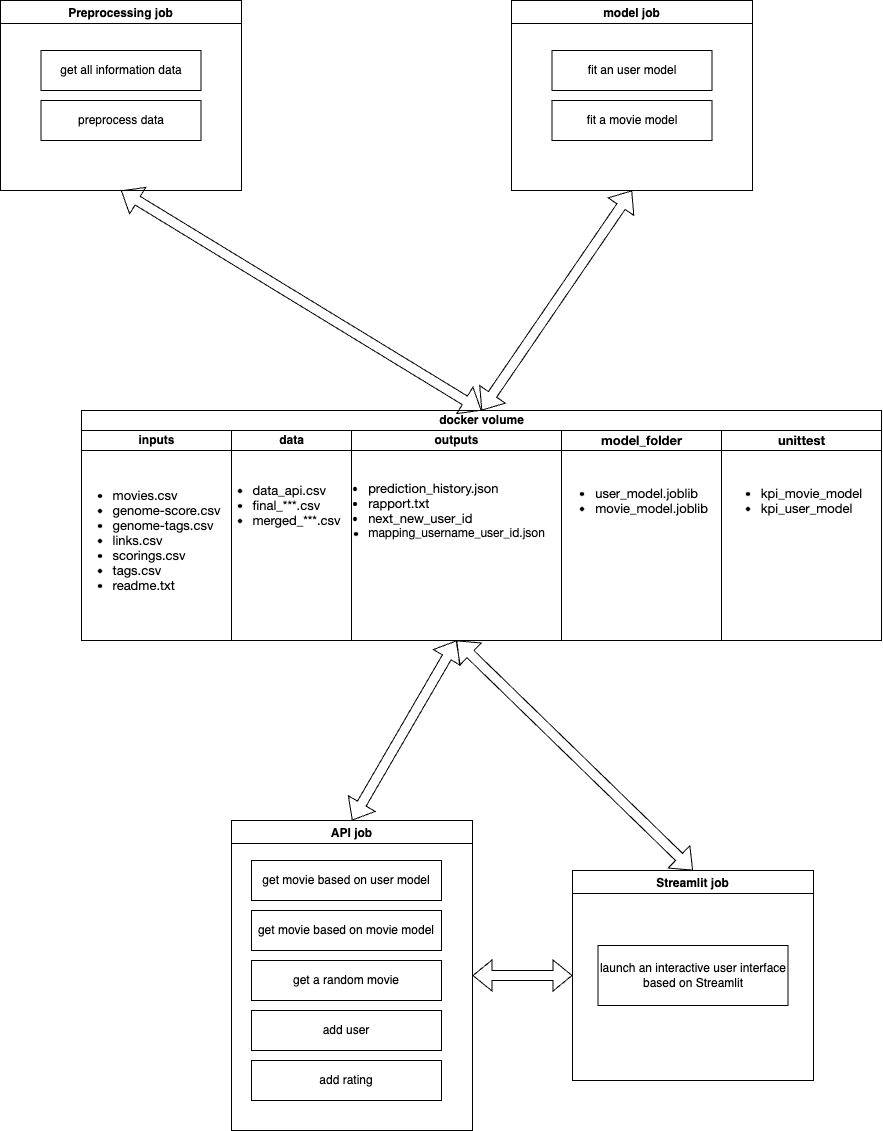
This is Images/reco_diagram.png from mlops-recofilm/recofilm, a draw.io export, as it was before one commit. Source tidied: cells renumbered, new cells last; positions are measured from the earlier drawing's top-left corner, leaving out a move shared by most shapes.
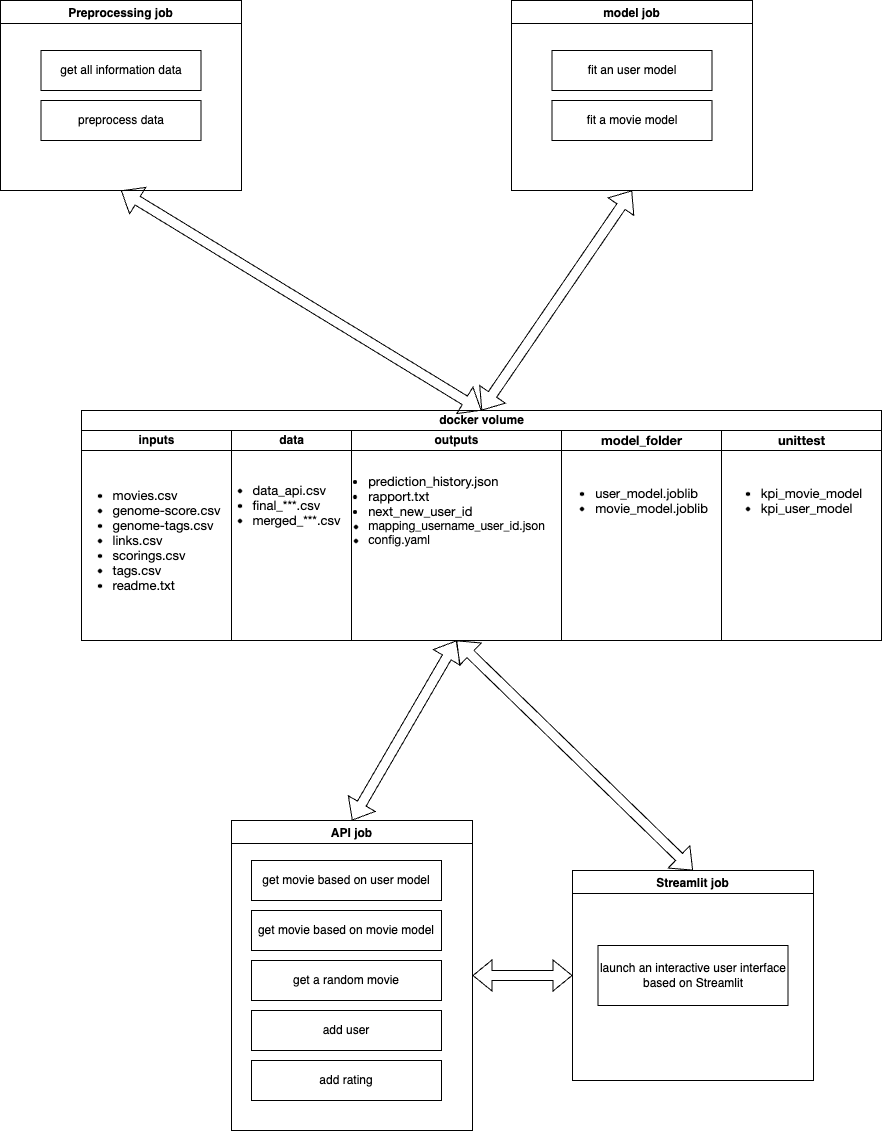
Above is the later version.

Diff of the diagram source:
```diff
@@ -26,8 +26,8 @@
     <mxCell id="9" value="outputs" style="swimlane;startSize=20;html=1;" parent="5" vertex="1">
       <mxGeometry x="270" y="20" width="210" height="210" as="geometry" />
     </mxCell>
-    <mxCell id="10" value="&lt;ul style=&quot;text-align: start;&quot; class=&quot;ul1&quot;&gt;&lt;ul style=&quot;list-style-type: disc;&quot; class=&quot;ul1&quot;&gt;&lt;li style=&quot;font-size: 13px; margin: 0px; font-variant-numeric: normal; font-variant-east-asian: normal; font-variant-alternates: normal; font-kerning: auto; font-optical-sizing: auto; font-feature-settings: normal; font-variation-settings: normal; font-stretch: normal; line-height: normal; font-family: &amp;quot;Helvetica Neue&amp;quot;;&quot; class=&quot;li1&quot;&gt;prediction_history.json&lt;/li&gt;&lt;li style=&quot;font-size: 13px; margin: 0px; font-variant-numeric: normal; font-variant-east-asian: normal; font-variant-alternates: normal; font-kerning: auto; font-optical-sizing: auto; font-feature-settings: normal; font-variation-settings: normal; font-stretch: normal; line-height: normal; font-family: &amp;quot;Helvetica Neue&amp;quot;;&quot; class=&quot;li1&quot;&gt;&lt;span style=&quot;font-variant-numeric: normal; font-variant-east-asian: normal; font-variant-alternates: normal; font-kerning: auto; font-optical-sizing: auto; font-feature-settings: normal; font-variation-settings: normal; font-stretch: normal; font-size: 9px; line-height: normal; font-family: Menlo;&quot; class=&quot;s1&quot;&gt;&lt;/span&gt;rapport.txt&lt;/li&gt;&lt;li style=&quot;font-size: 13px; margin: 0px; font-variant-numeric: normal; font-variant-east-asian: normal; font-variant-alternates: normal; font-kerning: auto; font-optical-sizing: auto; font-feature-settings: normal; font-variation-settings: normal; font-stretch: normal; line-height: normal; font-family: &amp;quot;Helvetica Neue&amp;quot;;&quot; class=&quot;li1&quot;&gt;next_new_user_id&lt;/li&gt;&lt;li style=&quot;margin: 0px; font-variant-numeric: normal; font-variant-east-asian: normal; font-variant-alternates: normal; font-kerning: auto; font-optical-sizing: auto; font-feature-settings: normal; font-variation-settings: normal; font-stretch: normal; line-height: normal;&quot; class=&quot;li1&quot;&gt;&lt;font face=&quot;Helvetica Neue&quot;&gt;mapping_username_user_id.json&lt;/font&gt;&lt;br&gt;&lt;/li&gt;&lt;/ul&gt;&lt;/ul&gt;" style="text;html=1;align=center;verticalAlign=middle;strokeColor=none;fillColor=none;" parent="9" vertex="1">
-      <mxGeometry x="-75" y="30" width="280" height="100" as="geometry" />
+    <mxCell id="10" value="&lt;ul style=&quot;text-align: start;&quot; class=&quot;ul1&quot;&gt;&lt;ul style=&quot;list-style-type: disc;&quot; class=&quot;ul1&quot;&gt;&lt;li style=&quot;font-size: 13px; margin: 0px; font-variant-numeric: normal; font-variant-east-asian: normal; font-variant-alternates: normal; font-kerning: auto; font-optical-sizing: auto; font-feature-settings: normal; font-variation-settings: normal; font-stretch: normal; line-height: normal; font-family: &amp;quot;Helvetica Neue&amp;quot;;&quot; class=&quot;li1&quot;&gt;prediction_history.json&lt;/li&gt;&lt;li style=&quot;font-size: 13px; margin: 0px; font-variant-numeric: normal; font-variant-east-asian: normal; font-variant-alternates: normal; font-kerning: auto; font-optical-sizing: auto; font-feature-settings: normal; font-variation-settings: normal; font-stretch: normal; line-height: normal; font-family: &amp;quot;Helvetica Neue&amp;quot;;&quot; class=&quot;li1&quot;&gt;&lt;span style=&quot;font-variant-numeric: normal; font-variant-east-asian: normal; font-variant-alternates: normal; font-kerning: auto; font-optical-sizing: auto; font-feature-settings: normal; font-variation-settings: normal; font-stretch: normal; font-size: 9px; line-height: normal; font-family: Menlo;&quot; class=&quot;s1&quot;&gt;&lt;/span&gt;rapport.txt&lt;/li&gt;&lt;li style=&quot;font-size: 13px; margin: 0px; font-variant-numeric: normal; font-variant-east-asian: normal; font-variant-alternates: normal; font-kerning: auto; font-optical-sizing: auto; font-feature-settings: normal; font-variation-settings: normal; font-stretch: normal; line-height: normal; font-family: &amp;quot;Helvetica Neue&amp;quot;;&quot; class=&quot;li1&quot;&gt;next_new_user_id&lt;/li&gt;&lt;li style=&quot;margin: 0px; font-variant-numeric: normal; font-variant-east-asian: normal; font-variant-alternates: normal; font-kerning: auto; font-optical-sizing: auto; font-feature-settings: normal; font-variation-settings: normal; font-stretch: normal; line-height: normal;&quot; class=&quot;li1&quot;&gt;&lt;font face=&quot;Helvetica Neue&quot;&gt;mapping_username_user_id.json&lt;/font&gt;&lt;br&gt;&lt;/li&gt;&lt;li style=&quot;margin: 0px; font-variant-numeric: normal; font-variant-east-asian: normal; font-variant-alternates: normal; font-kerning: auto; font-optical-sizing: auto; font-feature-settings: normal; font-variation-settings: normal; font-stretch: normal; line-height: normal;&quot; class=&quot;li1&quot;&gt;&lt;font face=&quot;Helvetica Neue&quot;&gt;config.yaml&lt;/font&gt;&lt;/li&gt;&lt;/ul&gt;&lt;/ul&gt;" style="text;html=1;align=center;verticalAlign=middle;strokeColor=none;fillColor=none;" parent="9" vertex="1">
+      <mxGeometry x="-75" y="25" width="280" height="110" as="geometry" />
     </mxCell>
     <mxCell id="11" value="&lt;ul style=&quot;font-size: medium; text-align: start;&quot; class=&quot;ul1&quot;&gt;&lt;ul style=&quot;list-style-type: disc;&quot; class=&quot;ul1&quot;&gt;&lt;li style=&quot;margin: 0px; font-variant-numeric: normal; font-variant-east-asian: normal; font-variant-alternates: normal; font-kerning: auto; font-optical-sizing: auto; font-feature-settings: normal; font-variation-settings: normal; font-stretch: normal; font-size: 13px; line-height: normal; font-family: &amp;quot;Helvetica Neue&amp;quot;;&quot; class=&quot;li1&quot;&gt;data_api.csv&lt;/li&gt;&lt;li style=&quot;margin: 0px; font-variant-numeric: normal; font-variant-east-asian: normal; font-variant-alternates: normal; font-kerning: auto; font-optical-sizing: auto; font-feature-settings: normal; font-variation-settings: normal; font-stretch: normal; font-size: 13px; line-height: normal; font-family: &amp;quot;Helvetica Neue&amp;quot;;&quot; class=&quot;li1&quot;&gt;&lt;span style=&quot;font-variant-numeric: normal; font-variant-east-asian: normal; font-variant-alternates: normal; font-kerning: auto; font-optical-sizing: auto; font-feature-settings: normal; font-variation-settings: normal; font-stretch: normal; font-size: 9px; line-height: normal; font-family: Menlo;&quot; class=&quot;s1&quot;&gt;&lt;/span&gt;final_***.csv&lt;/li&gt;&lt;li style=&quot;margin: 0px; font-variant-numeric: normal; font-variant-east-asian: normal; font-variant-alternates: normal; font-kerning: auto; font-optical-sizing: auto; font-feature-settings: normal; font-variation-settings: normal; font-stretch: normal; font-size: 13px; line-height: normal; font-family: &amp;quot;Helvetica Neue&amp;quot;;&quot; class=&quot;li1&quot;&gt;&lt;span style=&quot;font-variant-numeric: normal; font-variant-east-asian: normal; font-variant-alternates: normal; font-kerning: auto; font-optical-sizing: auto; font-feature-settings: normal; font-variation-settings: normal; font-stretch: normal; font-size: 9px; line-height: normal; font-family: Menlo;&quot; class=&quot;s1&quot;&gt;&lt;/span&gt;merged_***.csv&lt;/li&gt;&lt;/ul&gt;&lt;/ul&gt;" style="text;html=1;align=center;verticalAlign=middle;strokeColor=none;fillColor=none;" parent="9" vertex="1">
       <mxGeometry x="-190" y="30" width="190" height="90" as="geometry" />
```
